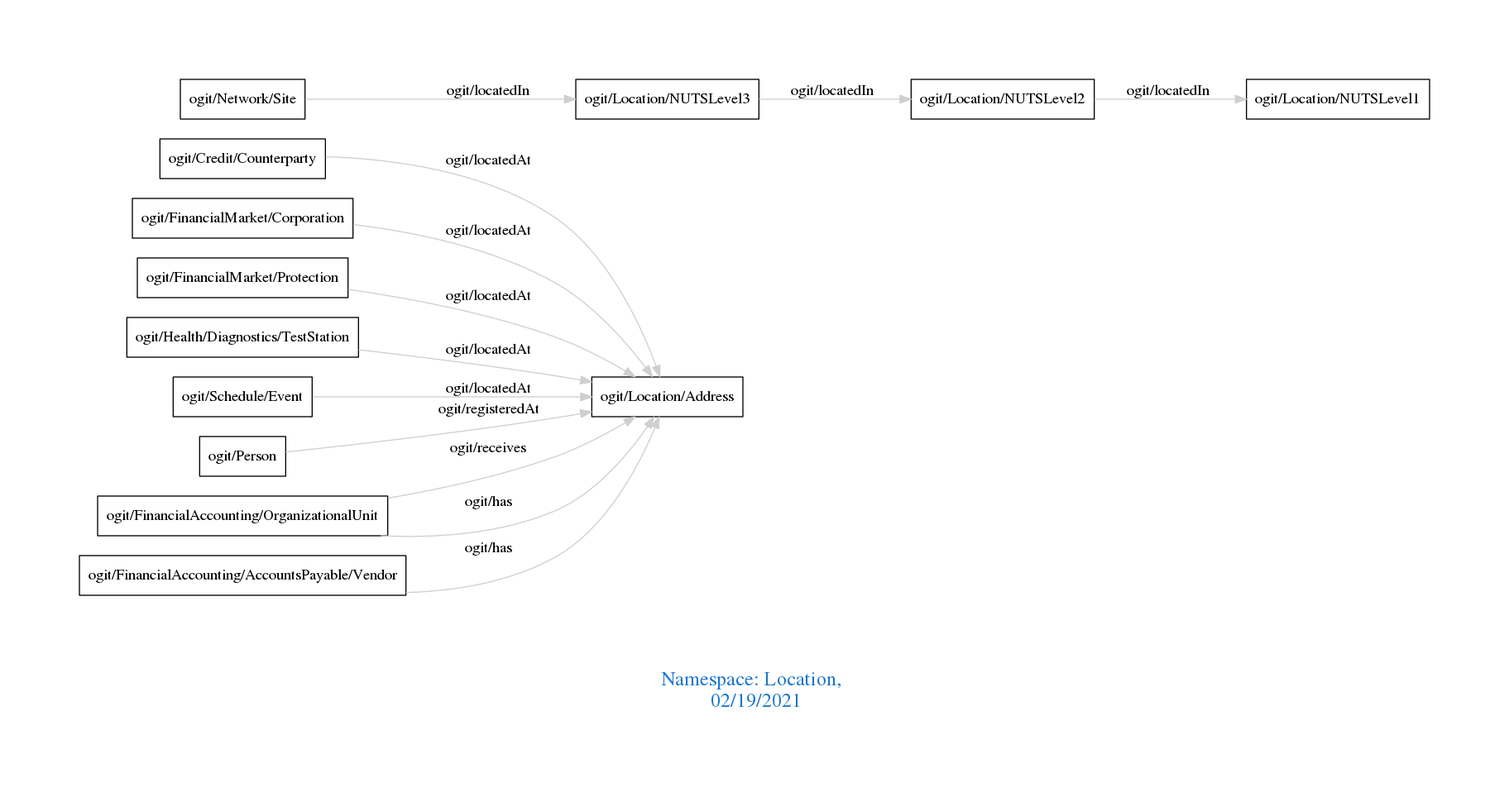
arago/OGIT keeps this Graphviz diagram as downloads/Location.png. Above is the earlier version. Its source is kept beside it as downloads/Location.dot.
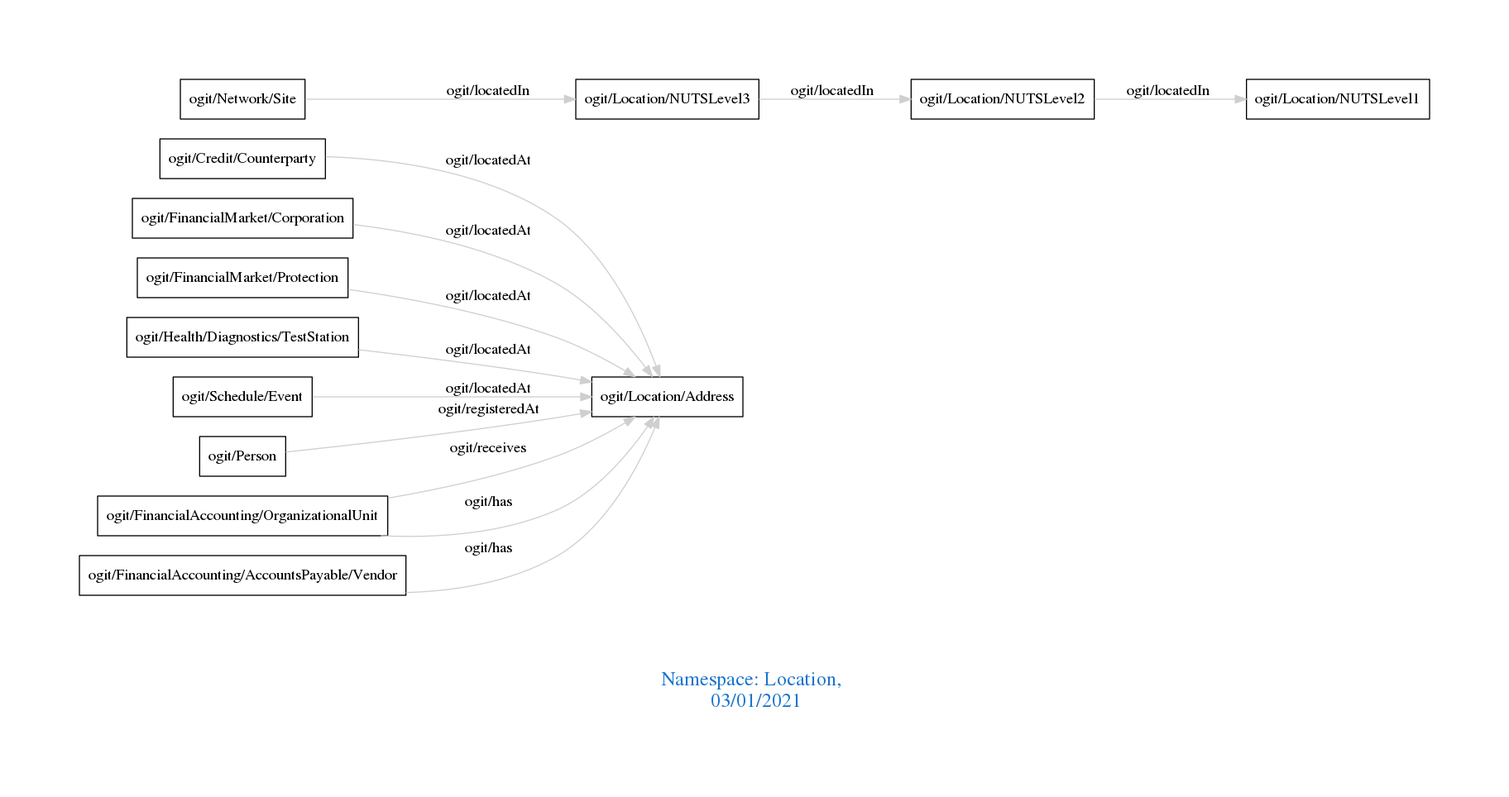
The same diagram one commit later.

Change to the diagram source:
```diff
@@ -1,7 +1,7 @@
 digraph OGIT_ontology {
  graph [ rankdir= LR,pad=1
 fontsize = 18,
-fontcolor= dodgerblue3,label = "\n\n\nNamespace: Location, \n 02/19/2021"];
+fontcolor= dodgerblue3,label = "\n\n\nNamespace: Location, \n 03/01/2021"];
 node[shape=polygon];
 edge [  color="gray81"];
 
```
